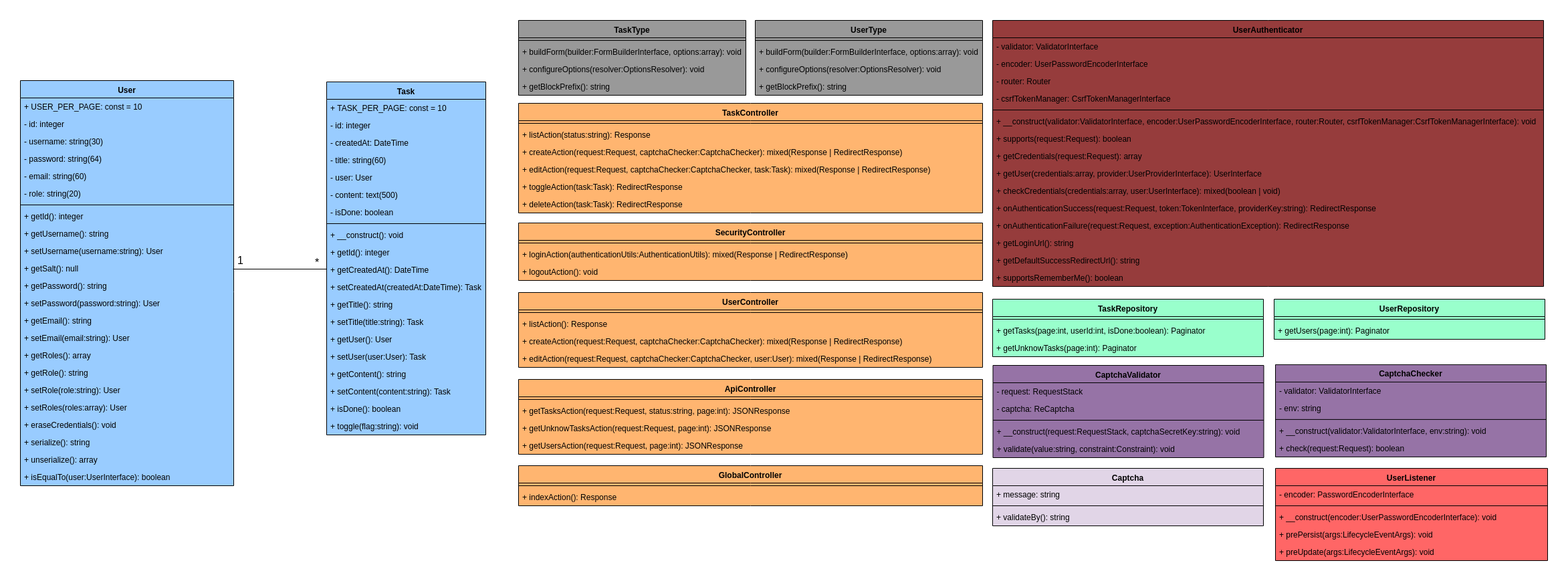
Earlier version of the draw.io export Diagrammes/Diagramme_de_classe.png (Thibok/TodoList). Source tidied: cells renumbered, new cells last; positions are measured from the earlier drawing's top-left corner, leaving out a move shared by most shapes.
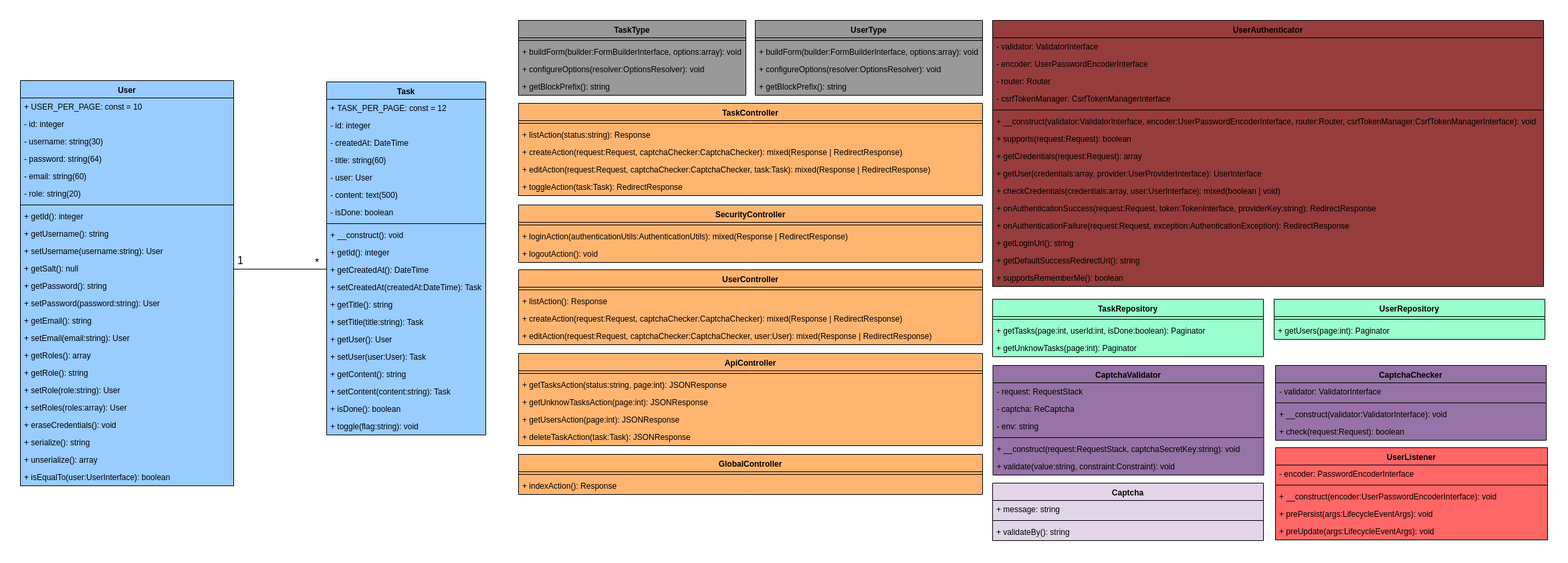
The same file after the commit.

What changed in the source:
```diff
@@ -5,7 +5,7 @@
     <mxCell id="2" value="Task" style="swimlane;fontStyle=1;align=center;verticalAlign=top;horizontal=1;startSize=26;swimlaneFillColor=#99CCFF;fillColor=#99CCFF;strokeColor=#000000;gradientColor=none;" parent="1" vertex="1">
       <mxGeometry x="458" y="92" width="238" height="528" as="geometry" />
     </mxCell>
-    <mxCell id="3" value="+ TASK_PER_PAGE: const = 10" style="text;strokeColor=none;fillColor=none;align=left;verticalAlign=top;spacingLeft=4;spacingRight=4;overflow=hidden;" parent="2" vertex="1">
+    <mxCell id="3" value="+ TASK_PER_PAGE: const = 12" style="text;strokeColor=none;fillColor=none;align=left;verticalAlign=top;spacingLeft=4;spacingRight=4;overflow=hidden;" parent="2" vertex="1">
       <mxGeometry y="26" width="238" height="26" as="geometry" />
     </mxCell>
     <mxCell id="4" value="- id: integer" style="text;strokeColor=none;fillColor=none;align=left;verticalAlign=top;spacingLeft=4;spacingRight=4;overflow=hidden;" parent="2" vertex="1">
@@ -138,7 +138,7 @@
       <mxGeometry y="580" width="319" height="26" as="geometry" />
     </mxCell>
     <mxCell id="47" value="TaskController" style="swimlane;fontStyle=1;align=center;verticalAlign=top;horizontal=1;startSize=26;swimlaneFillColor=#FFB570;fillColor=#FFB570;strokeColor=#000000;" parent="1" vertex="1">
-      <mxGeometry x="745" y="124" width="694" height="164" as="geometry" />
+      <mxGeometry x="745" y="124" width="694" height="138" as="geometry" />
     </mxCell>
     <mxCell id="48" style="line;strokeWidth=1;fillColor=none;align=left;verticalAlign=middle;spacingTop=-1;spacingLeft=3;spacingRight=3;labelPosition=right;" parent="47" vertex="1">
       <mxGeometry y="26" width="694" height="8" as="geometry" />
@@ -155,11 +155,8 @@
     <mxCell id="52" value="+ toggleAction(task:Task): RedirectResponse" style="text;strokeColor=none;fillColor=none;align=left;verticalAlign=top;spacingLeft=4;spacingRight=4;overflow=hidden;" parent="47" vertex="1">
       <mxGeometry y="112" width="694" height="26" as="geometry" />
     </mxCell>
-    <mxCell id="53" value="+ deleteAction(task:Task): RedirectResponse" style="text;strokeColor=none;fillColor=none;align=left;verticalAlign=top;spacingLeft=4;spacingRight=4;overflow=hidden;" parent="47" vertex="1">
-      <mxGeometry y="138" width="694" height="26" as="geometry" />
-    </mxCell>
     <mxCell id="54" value="SecurityController" style="swimlane;fontStyle=1;align=center;verticalAlign=top;horizontal=1;startSize=26;swimlaneFillColor=#FFB570;fillColor=#FFB570;strokeColor=#000000;" parent="1" vertex="1">
-      <mxGeometry x="745" y="303" width="694" height="86" as="geometry" />
+      <mxGeometry x="745" y="276" width="694" height="86" as="geometry" />
     </mxCell>
     <mxCell id="55" style="line;strokeWidth=1;fillColor=none;align=left;verticalAlign=middle;spacingTop=-1;spacingLeft=3;spacingRight=3;labelPosition=right;" parent="54" vertex="1">
       <mxGeometry y="26" width="694" height="8" as="geometry" />
@@ -282,7 +279,7 @@
       <mxGeometry y="372" width="824" height="26" as="geometry" />
     </mxCell>
     <mxCell id="94" value="CaptchaValidator" style="swimlane;fontStyle=1;align=center;verticalAlign=top;horizontal=1;startSize=26;swimlaneFillColor=#9673A6;fillColor=#9673A6;strokeColor=#000000;" parent="1" vertex="1">
-      <mxGeometry x="1454.5" y="516" width="405" height="138" as="geometry" />
+      <mxGeometry x="1454.5" y="516" width="405" height="164" as="geometry" />
     </mxCell>
     <mxCell id="95" value="- request: RequestStack" style="text;strokeColor=none;fillColor=none;align=left;verticalAlign=top;spacingLeft=4;spacingRight=4;overflow=hidden;" parent="94" vertex="1">
       <mxGeometry y="26" width="405" height="26" as="geometry" />
@@ -290,17 +287,20 @@
     <mxCell id="96" value="- captcha: ReCaptcha" style="text;strokeColor=none;fillColor=none;align=left;verticalAlign=top;spacingLeft=4;spacingRight=4;overflow=hidden;" parent="94" vertex="1">
       <mxGeometry y="52" width="405" height="26" as="geometry" />
     </mxCell>
+    <mxCell id="111" value="- env: string" style="text;strokeColor=none;fillColor=none;align=left;verticalAlign=top;spacingLeft=4;spacingRight=4;overflow=hidden;" parent="94" vertex="1">
+      <mxGeometry y="78" width="405" height="26" as="geometry" />
+    </mxCell>
     <mxCell id="97" style="line;strokeWidth=1;fillColor=none;align=left;verticalAlign=middle;spacingTop=-1;spacingLeft=3;spacingRight=3;labelPosition=right;" parent="94" vertex="1">
-      <mxGeometry y="78" width="405" height="8" as="geometry" />
+      <mxGeometry y="104" width="405" height="8" as="geometry" />
     </mxCell>
     <mxCell id="98" value="+ __construct(request:RequestStack, captchaSecretKey:string): void" style="text;strokeColor=none;fillColor=none;align=left;verticalAlign=top;spacingLeft=4;spacingRight=4;overflow=hidden;" parent="94" vertex="1">
-      <mxGeometry y="86" width="405" height="26" as="geometry" />
+      <mxGeometry y="112" width="405" height="26" as="geometry" />
     </mxCell>
     <mxCell id="99" value="+ validate(value:string, constraint:Constraint): void" style="text;strokeColor=none;fillColor=none;align=left;verticalAlign=top;spacingLeft=4;spacingRight=4;overflow=hidden;" parent="94" vertex="1">
-      <mxGeometry y="112" width="405" height="26" as="geometry" />
+      <mxGeometry y="138" width="405" height="26" as="geometry" />
     </mxCell>
     <mxCell id="100" value="Captcha" style="swimlane;fontStyle=1;align=center;verticalAlign=top;horizontal=1;startSize=26;swimlaneFillColor=#E1D5E7;fillColor=#E1D5E7;strokeColor=#000000;" parent="1" vertex="1">
-      <mxGeometry x="1454" y="670" width="405" height="86" as="geometry" />
+      <mxGeometry x="1454" y="692" width="405" height="86" as="geometry" />
     </mxCell>
     <mxCell id="101" value="+ message: string" style="text;strokeColor=none;fillColor=none;align=left;verticalAlign=top;spacingLeft=4;spacingRight=4;overflow=hidden;" parent="100" vertex="1">
       <mxGeometry y="26" width="405" height="26" as="geometry" />
@@ -312,40 +312,40 @@
       <mxGeometry y="60" width="405" height="26" as="geometry" />
     </mxCell>
     <mxCell id="104" value="ApiController" style="swimlane;fontStyle=1;align=center;verticalAlign=top;horizontal=1;startSize=26;swimlaneFillColor=#FFB570;fillColor=#FFB570;strokeColor=#000000;" parent="1" vertex="1">
-      <mxGeometry x="745" y="537" width="694" height="112" as="geometry" />
+      <mxGeometry x="745" y="498" width="694" height="138" as="geometry" />
     </mxCell>
     <mxCell id="105" style="line;strokeWidth=1;fillColor=none;align=left;verticalAlign=middle;spacingTop=-1;spacingLeft=3;spacingRight=3;labelPosition=right;" parent="104" vertex="1">
       <mxGeometry y="26" width="694" height="8" as="geometry" />
     </mxCell>
-    <mxCell id="106" value="+ getTasksAction(request:Request, status:string, page:int): JSONResponse" style="text;strokeColor=none;fillColor=none;align=left;verticalAlign=top;spacingLeft=4;spacingRight=4;overflow=hidden;" parent="104" vertex="1">
+    <mxCell id="106" value="+ getTasksAction(status:string, page:int): JSONResponse" style="text;strokeColor=none;fillColor=none;align=left;verticalAlign=top;spacingLeft=4;spacingRight=4;overflow=hidden;" parent="104" vertex="1">
       <mxGeometry y="34" width="694" height="26" as="geometry" />
     </mxCell>
-    <mxCell id="107" value="+ getUnknowTasksAction(request:Request, page:int): JSONResponse" style="text;strokeColor=none;fillColor=none;align=left;verticalAlign=top;spacingLeft=4;spacingRight=4;overflow=hidden;" parent="104" vertex="1">
+    <mxCell id="107" value="+ getUnknowTasksAction(page:int): JSONResponse" style="text;strokeColor=none;fillColor=none;align=left;verticalAlign=top;spacingLeft=4;spacingRight=4;overflow=hidden;" parent="104" vertex="1">
       <mxGeometry y="60" width="694" height="26" as="geometry" />
     </mxCell>
-    <mxCell id="108" value="+ getUsersAction(request:Request, page:int): JSONResponse" style="text;strokeColor=none;fillColor=none;align=left;verticalAlign=top;spacingLeft=4;spacingRight=4;overflow=hidden;" parent="104" vertex="1">
+    <mxCell id="108" value="+ getUsersAction(page:int): JSONResponse" style="text;strokeColor=none;fillColor=none;align=left;verticalAlign=top;spacingLeft=4;spacingRight=4;overflow=hidden;" parent="104" vertex="1">
       <mxGeometry y="86" width="694" height="26" as="geometry" />
     </mxCell>
+    <mxCell id="129" value="+ deleteTaskAction(task:Task): JSONResponse" style="text;strokeColor=none;fillColor=none;align=left;verticalAlign=top;spacingLeft=4;spacingRight=4;overflow=hidden;" parent="104" vertex="1">
+      <mxGeometry y="112" width="694" height="26" as="geometry" />
+    </mxCell>
     <mxCell id="109" value="CaptchaChecker" style="swimlane;fontStyle=1;align=center;verticalAlign=top;horizontal=1;startSize=26;swimlaneFillColor=#9673A6;fillColor=#9673A6;strokeColor=#000000;" parent="1" vertex="1">
-      <mxGeometry x="1877" y="514.9" width="405" height="138" as="geometry" />
+      <mxGeometry x="1877" y="516" width="405" height="112" as="geometry" />
     </mxCell>
     <mxCell id="110" value="- validator: ValidatorInterface" style="text;strokeColor=none;fillColor=none;align=left;verticalAlign=top;spacingLeft=4;spacingRight=4;overflow=hidden;" parent="109" vertex="1">
       <mxGeometry y="26" width="405" height="26" as="geometry" />
     </mxCell>
-    <mxCell id="111" value="- env: string" style="text;strokeColor=none;fillColor=none;align=left;verticalAlign=top;spacingLeft=4;spacingRight=4;overflow=hidden;" parent="109" vertex="1">
-      <mxGeometry y="52" width="405" height="26" as="geometry" />
-    </mxCell>
     <mxCell id="112" style="line;strokeWidth=1;fillColor=none;align=left;verticalAlign=middle;spacingTop=-1;spacingLeft=3;spacingRight=3;labelPosition=right;" parent="109" vertex="1">
-      <mxGeometry y="78" width="405" height="8" as="geometry" />
+      <mxGeometry y="52" width="405" height="8" as="geometry" />
     </mxCell>
-    <mxCell id="113" value="+ __construct(validator:ValidatorInterface, env:string): void" style="text;strokeColor=none;fillColor=none;align=left;verticalAlign=top;spacingLeft=4;spacingRight=4;overflow=hidden;" parent="109" vertex="1">
-      <mxGeometry y="86" width="405" height="26" as="geometry" />
+    <mxCell id="113" value="+ __construct(validator:ValidatorInterface): void" style="text;strokeColor=none;fillColor=none;align=left;verticalAlign=top;spacingLeft=4;spacingRight=4;overflow=hidden;" parent="109" vertex="1">
+      <mxGeometry y="60" width="405" height="26" as="geometry" />
     </mxCell>
     <mxCell id="114" value="+ check(request:Request): boolean" style="text;strokeColor=none;fillColor=none;align=left;verticalAlign=top;spacingLeft=4;spacingRight=4;overflow=hidden;" parent="109" vertex="1">
-      <mxGeometry y="112" width="405" height="26" as="geometry" />
+      <mxGeometry y="86" width="405" height="26" as="geometry" />
     </mxCell>
     <mxCell id="115" value="GlobalController" style="swimlane;fontStyle=1;align=center;verticalAlign=top;horizontal=1;startSize=26;swimlaneFillColor=#FFB570;fillColor=#FFB570;strokeColor=#000000;" parent="1" vertex="1">
-      <mxGeometry x="745" y="666" width="694" height="60" as="geometry" />
+      <mxGeometry x="745" y="649" width="694" height="60" as="geometry" />
     </mxCell>
     <mxCell id="116" style="line;strokeWidth=1;fillColor=none;align=left;verticalAlign=middle;spacingTop=-1;spacingLeft=3;spacingRight=3;labelPosition=right;" parent="115" vertex="1">
       <mxGeometry y="26" width="694" height="8" as="geometry" />
@@ -354,7 +354,7 @@
       <mxGeometry y="34" width="694" height="26" as="geometry" />
     </mxCell>
     <mxCell id="118" value="UserController" style="swimlane;fontStyle=1;align=center;verticalAlign=top;horizontal=1;startSize=26;swimlaneFillColor=#FFB570;fillColor=#FFB570;strokeColor=#000000;" parent="1" vertex="1">
-      <mxGeometry x="745" y="407" width="694" height="112" as="geometry" />
+      <mxGeometry x="745" y="373" width="694" height="112" as="geometry" />
     </mxCell>
     <mxCell id="119" style="line;strokeWidth=1;fillColor=none;align=left;verticalAlign=middle;spacingTop=-1;spacingLeft=3;spacingRight=3;labelPosition=right;" parent="118" vertex="1">
       <mxGeometry y="26" width="694" height="8" as="geometry" />
@@ -369,7 +369,7 @@
       <mxGeometry y="86" width="694" height="26" as="geometry" />
     </mxCell>
     <mxCell id="123" value="UserListener" style="swimlane;fontStyle=1;align=center;verticalAlign=top;horizontal=1;startSize=26;swimlaneFillColor=#FF6666;fillColor=#FF6666;strokeColor=#000000;" parent="1" vertex="1">
-      <mxGeometry x="1877" y="670" width="407" height="138" as="geometry" />
+      <mxGeometry x="1877" y="639" width="407" height="138" as="geometry" />
     </mxCell>
     <mxCell id="124" value="- encoder: PasswordEncoderInterface" style="text;strokeColor=none;fillColor=none;align=left;verticalAlign=top;spacingLeft=4;spacingRight=4;overflow=hidden;" parent="123" vertex="1">
       <mxGeometry y="26" width="407" height="26" as="geometry" />
```
